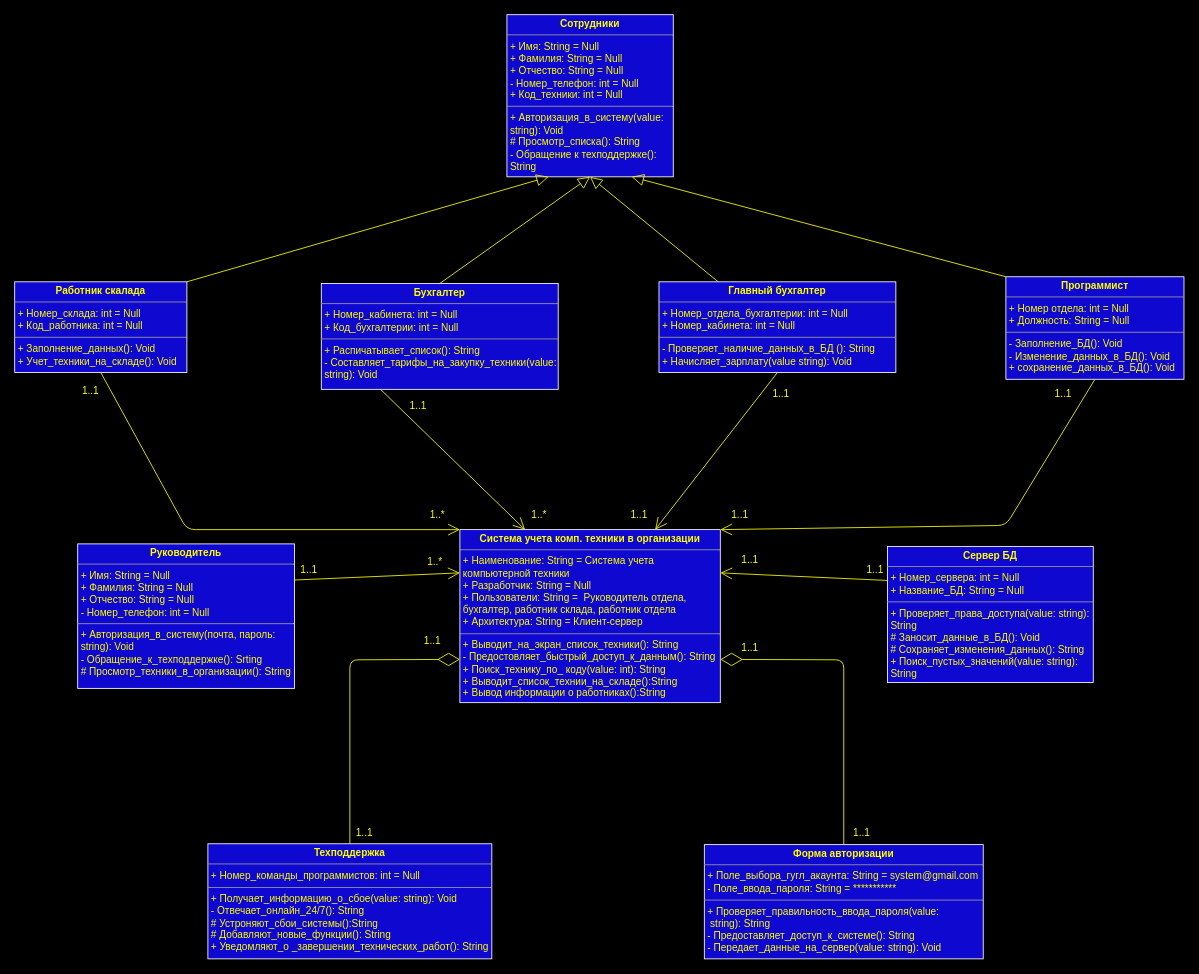
Earlier version of the draw.io diagram Lab7.drawio (Simonenko75/Simonenko75). Source tidied: cells renumbered, new cells numbered last; positions are measured from the earlier drawing's top-left corner, leaving out a move shared by most shapes. Both pictures are drawn from the tidied source at 84%, with x=0, y=0 at pixel (14, 14).
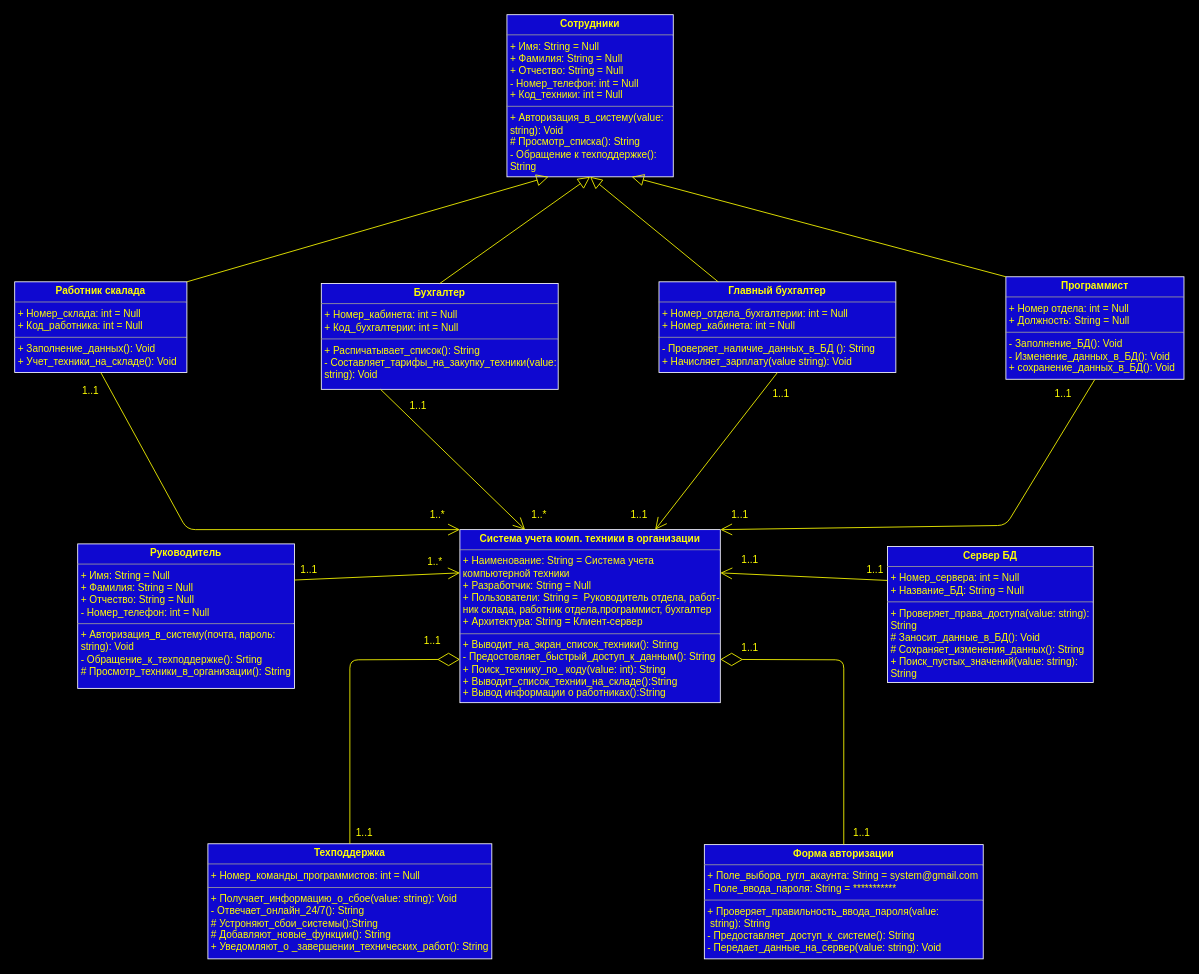
The same page after the edit.

What changed in the source:
```diff
@@
-    <mxCell id="2" value="&lt;p style=&quot;margin: 0px ; margin-top: 4px ; text-align: center&quot;&gt;&lt;b&gt;Система учета комп. техники в организации&lt;/b&gt;&lt;/p&gt;&lt;hr size=&quot;1&quot;&gt;&lt;p style=&quot;margin: 0px ; margin-left: 4px&quot;&gt;+ Наименование: String = Система учета&amp;nbsp;&lt;/p&gt;&lt;p style=&quot;margin: 0px ; margin-left: 4px&quot;&gt;компьютерной техники&lt;/p&gt;&lt;p style=&quot;margin: 0px ; margin-left: 4px&quot;&gt;+ Разработчик: String = Null&lt;br&gt;&lt;/p&gt;&lt;p style=&quot;margin: 0px ; margin-left: 4px&quot;&gt;+ Пользователи: String =&amp;nbsp; Руководитель отдела,&amp;nbsp;&lt;/p&gt;&lt;p style=&quot;margin: 0px ; margin-left: 4px&quot;&gt;бухгалтер, работник склада, работник отдела&lt;/p&gt;&lt;p style=&quot;margin: 0px ; margin-left: 4px&quot;&gt;+ Архитектура: String = Клиент-сервер&lt;/p&gt;&lt;hr size=&quot;1&quot;&gt;&lt;p style=&quot;margin: 0px ; margin-left: 4px&quot;&gt;+ Выводит_на_экран_список_техники(): String&lt;/p&gt;&lt;p style=&quot;margin: 0px ; margin-left: 4px&quot;&gt;- Предостовляет_быстрый_доступ_к_данным(): String&lt;/p&gt;&lt;p style=&quot;margin: 0px ; margin-left: 4px&quot;&gt;+ Поиск_технику_по_ коду(value: int): String&lt;/p&gt;&lt;p style=&quot;margin: 0px ; margin-left: 4px&quot;&gt;+ Выводит_список_технии_на_складе():String&lt;/p&gt;&lt;p style=&quot;margin: 0px ; margin-left: 4px&quot;&gt;+ Вывод информации о работниках():String&lt;/p&gt;" style="verticalAlign=top;align=left;overflow=fill;fontSize=12;fontFamily=Helvetica;html=1;shadow=0;fillColor=#0F08D0;fontColor=#FFFF00;strokeColor=#FFFFFF;" parent="1" vertex="1">
+    <mxCell id="2" value="&lt;p style=&quot;margin: 0px ; margin-top: 4px ; text-align: center&quot;&gt;&lt;b&gt;Система учета комп. техники в организации&lt;/b&gt;&lt;/p&gt;&lt;hr size=&quot;1&quot;&gt;&lt;p style=&quot;margin: 0px ; margin-left: 4px&quot;&gt;+ Наименование: String = Система учета&amp;nbsp;&lt;/p&gt;&lt;p style=&quot;margin: 0px ; margin-left: 4px&quot;&gt;компьютерной техники&lt;/p&gt;&lt;p style=&quot;margin: 0px ; margin-left: 4px&quot;&gt;+ Разработчик: String = Null&lt;br&gt;&lt;/p&gt;&lt;p style=&quot;margin: 0px ; margin-left: 4px&quot;&gt;+ Пользователи: String =&amp;nbsp; Руководитель отдела&lt;span&gt;, работ-&lt;/span&gt;&lt;/p&gt;&lt;p style=&quot;margin: 0px ; margin-left: 4px&quot;&gt;&lt;span&gt;ник склада, работник отдела,программист, бухгалтер&amp;nbsp;&lt;/span&gt;&lt;/p&gt;&lt;p style=&quot;margin: 0px ; margin-left: 4px&quot;&gt;+ Архитектура: String = Клиент-сервер&lt;/p&gt;&lt;hr size=&quot;1&quot;&gt;&lt;p style=&quot;margin: 0px ; margin-left: 4px&quot;&gt;+ Выводит_на_экран_список_техники(): String&lt;/p&gt;&lt;p style=&quot;margin: 0px ; margin-left: 4px&quot;&gt;- Предостовляет_быстрый_доступ_к_данным(): String&lt;/p&gt;&lt;p style=&quot;margin: 0px ; margin-left: 4px&quot;&gt;+ Поиск_технику_по_ коду(value: int): String&lt;/p&gt;&lt;p style=&quot;margin: 0px ; margin-left: 4px&quot;&gt;+ Выводит_список_технии_на_складе():String&lt;/p&gt;&lt;p style=&quot;margin: 0px ; margin-left: 4px&quot;&gt;+ Вывод информации о работниках():String&lt;/p&gt;" style="verticalAlign=top;align=left;overflow=fill;fontSize=12;fontFamily=Helvetica;html=1;shadow=0;fillColor=#0F08D0;fontColor=#FFFF00;strokeColor=#FFFFFF;" parent="1" vertex="1">
       <mxGeometry x="530" y="613" width="310" height="206" as="geometry" />
     </mxCell>
```
